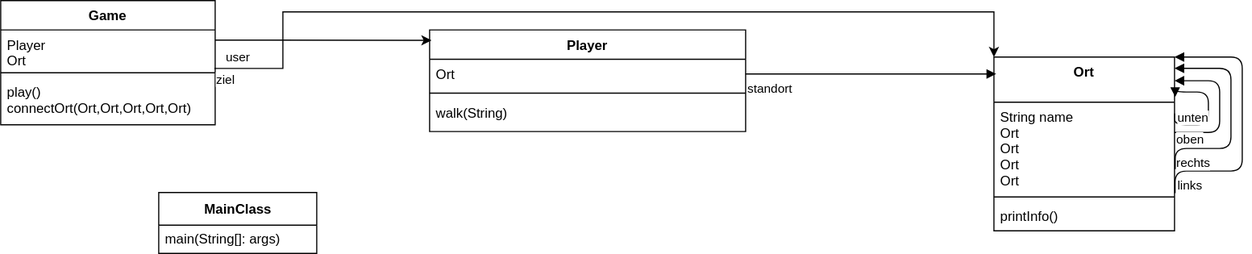
EuroBlue/adventure keeps this draw.io diagram as class_diagram.svg. Above is the earlier version. Source tidied: cells renumbered, new cells last; positions are measured from the earlier drawing's top-left corner, leaving out a move shared by most shapes.
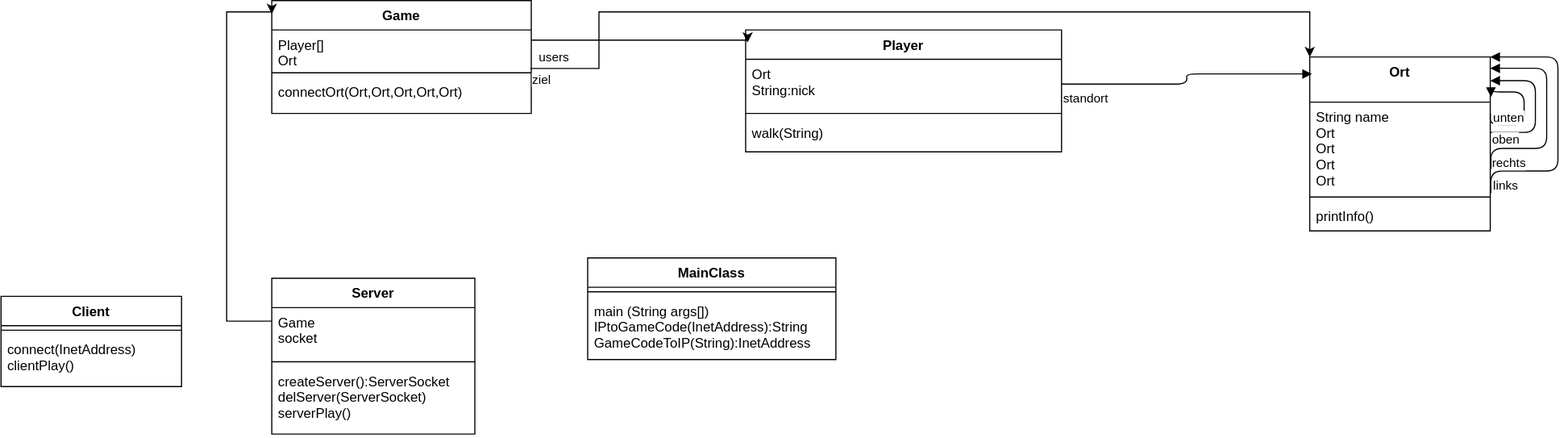
Above is the later version.

What changed in the source:
```diff
@@ -3,16 +3,16 @@
     <mxCell id="0" />
     <mxCell id="1" parent="0" />
     <mxCell id="2" value="Player" style="swimlane;fontStyle=1;align=center;verticalAlign=top;horizontal=1;startSize=26;" parent="1" vertex="1">
-      <mxGeometry x="380" y="26" width="280" height="90" as="geometry" />
+      <mxGeometry x="380" y="26" width="280" height="108" as="geometry" />
     </mxCell>
-    <mxCell id="3" value="Ort" style="text;strokeColor=none;fillColor=none;align=left;verticalAlign=top;spacingLeft=4;spacingRight=4;overflow=hidden;points=[[0,0.5],[1,0.5]];portConstraint=eastwest;" parent="2" vertex="1">
-      <mxGeometry y="26" width="280" height="26" as="geometry" />
+    <mxCell id="3" value="Ort&#10;String:nick&#10;" style="text;strokeColor=none;fillColor=none;align=left;verticalAlign=top;spacingLeft=4;spacingRight=4;overflow=hidden;points=[[0,0.5],[1,0.5]];portConstraint=eastwest;" parent="2" vertex="1">
+      <mxGeometry y="26" width="280" height="44" as="geometry" />
     </mxCell>
     <mxCell id="4" style="line;strokeWidth=1;fillColor=none;align=left;verticalAlign=middle;spacingTop=-1;spacingLeft=3;spacingRight=3;labelPosition=right;" parent="2" vertex="1">
-      <mxGeometry y="52" width="280" height="8" as="geometry" />
+      <mxGeometry y="70" width="280" height="8" as="geometry" />
     </mxCell>
     <mxCell id="5" value="walk(String)" style="text;strokeColor=none;fillColor=none;align=left;verticalAlign=top;spacingLeft=4;spacingRight=4;overflow=hidden;" parent="2" vertex="1">
-      <mxGeometry y="60" width="280" height="30" as="geometry" />
+      <mxGeometry y="78" width="280" height="30" as="geometry" />
     </mxCell>
     <mxCell id="6" value="Ort" style="swimlane;fontStyle=1;align=center;verticalAlign=top;horizontal=1;startSize=40;" parent="1" vertex="1">
       <mxGeometry x="880" y="50" width="160" height="154" as="geometry" />
@@ -70,25 +70,19 @@
         <mxPoint x="5" y="5" as="offset" />
       </mxGeometry>
     </mxCell>
-    <mxCell id="15" value="MainClass" style="swimlane;fontStyle=1;align=center;verticalAlign=middle;horizontal=1;startSize=29;html=1;fontFamily=Helvetica;strokeColor=#000000;" parent="1" vertex="1">
-      <mxGeometry x="140" y="170" width="140" height="54" as="geometry" />
-    </mxCell>
-    <mxCell id="16" value="main(String[]: args)" style="text;html=1;strokeColor=none;fillColor=none;align=left;verticalAlign=middle;spacingLeft=4;spacingRight=4;overflow=hidden;" parent="15" vertex="1">
-      <mxGeometry y="29" width="140" height="25" as="geometry" />
-    </mxCell>
     <mxCell id="17" value="Game" style="swimlane;fontStyle=1;align=center;verticalAlign=top;horizontal=1;startSize=26;" parent="1" vertex="1">
-      <mxGeometry width="190" height="110" as="geometry" />
+      <mxGeometry x="-40" width="230" height="100" as="geometry" />
     </mxCell>
-    <mxCell id="18" value="Player&#10;Ort" style="text;strokeColor=none;fillColor=none;align=left;verticalAlign=top;spacingLeft=4;spacingRight=4;overflow=hidden;points=[[0,0.5],[1,0.5]];portConstraint=eastwest;" parent="17" vertex="1">
-      <mxGeometry y="26" width="190" height="34" as="geometry" />
+    <mxCell id="18" value="Player[]&#10;Ort" style="text;strokeColor=none;fillColor=none;align=left;verticalAlign=top;spacingLeft=4;spacingRight=4;overflow=hidden;points=[[0,0.5],[1,0.5]];portConstraint=eastwest;" parent="17" vertex="1">
+      <mxGeometry y="26" width="230" height="34" as="geometry" />
     </mxCell>
     <mxCell id="19" style="line;strokeWidth=1;fillColor=none;align=left;verticalAlign=middle;spacingTop=-1;spacingLeft=3;spacingRight=3;labelPosition=right;" parent="17" vertex="1">
-      <mxGeometry y="60" width="190" height="8" as="geometry" />
+      <mxGeometry y="60" width="230" height="8" as="geometry" />
     </mxCell>
-    <mxCell id="20" value="play()&#10;connectOrt(Ort,Ort,Ort,Ort,Ort)" style="text;strokeColor=none;fillColor=none;align=left;verticalAlign=top;spacingLeft=4;spacingRight=4;overflow=hidden;" parent="17" vertex="1">
-      <mxGeometry y="68" width="190" height="42" as="geometry" />
+    <mxCell id="20" value="connectOrt(Ort,Ort,Ort,Ort,Ort)" style="text;strokeColor=none;fillColor=none;align=left;verticalAlign=top;spacingLeft=4;spacingRight=4;overflow=hidden;" parent="17" vertex="1">
+      <mxGeometry y="68" width="230" height="32" as="geometry" />
     </mxCell>
-    <mxCell id="21" value="user" style="edgeStyle=orthogonalEdgeStyle;rounded=0;jettySize=auto;html=1;entryX=0.006;entryY=0.103;entryDx=0;entryDy=0;entryPerimeter=0;" parent="1" edge="1" source="18" target="2">
+    <mxCell id="21" value="&lt;div&gt;users&lt;/div&gt;" style="edgeStyle=orthogonalEdgeStyle;rounded=0;jettySize=auto;html=1;entryX=0.006;entryY=0.103;entryDx=0;entryDy=0;entryPerimeter=0;" parent="1" edge="1" source="18" target="2">
       <mxGeometry x="-0.79" y="-15" relative="1" as="geometry">
         <Array as="points">
           <mxPoint x="240" y="35" />
@@ -105,5 +99,44 @@
         </Array>
       </mxGeometry>
     </mxCell>
+    <mxCell id="15" value="MainClass" style="swimlane;fontStyle=1;align=center;verticalAlign=top;horizontal=1;startSize=26;" parent="1" vertex="1">
+      <mxGeometry x="240" y="228" width="220" height="90" as="geometry" />
+    </mxCell>
+    <mxCell id="23" style="line;strokeWidth=1;fillColor=none;align=left;verticalAlign=middle;spacingTop=-1;spacingLeft=3;spacingRight=3;labelPosition=right;" parent="15" vertex="1">
+      <mxGeometry y="26" width="220" height="8" as="geometry" />
+    </mxCell>
+    <mxCell id="24" value="main (String args[])&#10;IPtoGameCode(InetAddress):String&#10;GameCodeToIP(String):InetAddress" style="text;strokeColor=none;fillColor=none;align=left;verticalAlign=top;spacingLeft=4;spacingRight=4;overflow=hidden;" parent="15" vertex="1">
+      <mxGeometry y="34" width="220" height="56" as="geometry" />
+    </mxCell>
+    <mxCell id="25" value="Server" style="swimlane;fontStyle=1;align=center;verticalAlign=top;horizontal=1;startSize=26;" parent="1" vertex="1">
+      <mxGeometry x="-40" y="246" width="180" height="138" as="geometry" />
+    </mxCell>
+    <mxCell id="26" value="Game&#10;socket&#10;" style="text;strokeColor=none;fillColor=none;align=left;verticalAlign=top;spacingLeft=4;spacingRight=4;overflow=hidden;points=[[0,0.5],[1,0.5]];portConstraint=eastwest;" parent="25" vertex="1">
+      <mxGeometry y="26" width="180" height="44" as="geometry" />
+    </mxCell>
+    <mxCell id="27" style="line;strokeWidth=1;fillColor=none;align=left;verticalAlign=middle;spacingTop=-1;spacingLeft=3;spacingRight=3;labelPosition=right;" parent="25" vertex="1">
+      <mxGeometry y="70" width="180" height="8" as="geometry" />
+    </mxCell>
+    <mxCell id="28" value="createServer():ServerSocket&#10;delServer(ServerSocket)&#10;serverPlay()&#10;" style="text;strokeColor=none;fillColor=none;align=left;verticalAlign=top;spacingLeft=4;spacingRight=4;overflow=hidden;" parent="25" vertex="1">
+      <mxGeometry y="78" width="180" height="60" as="geometry" />
+    </mxCell>
+    <mxCell id="29" style="edgeStyle=orthogonalEdgeStyle;rounded=0;jettySize=auto;html=1;entryX=0;entryY=0.118;entryDx=0;entryDy=0;entryPerimeter=0;" parent="1" edge="1" source="26" target="17">
+      <mxGeometry relative="1" as="geometry">
+        <Array as="points">
+          <mxPoint x="-80" y="284" />
+          <mxPoint x="-80" y="10" />
+          <mxPoint x="-40" y="10" />
+        </Array>
+      </mxGeometry>
+    </mxCell>
+    <mxCell id="30" value="Client" style="swimlane;fontStyle=1;align=center;verticalAlign=top;horizontal=1;startSize=26;" parent="1" vertex="1">
+      <mxGeometry x="-280" y="262" width="160" height="80" as="geometry" />
+    </mxCell>
+    <mxCell id="31" style="line;strokeWidth=1;fillColor=none;align=left;verticalAlign=middle;spacingTop=-1;spacingLeft=3;spacingRight=3;labelPosition=right;" parent="30" vertex="1">
+      <mxGeometry y="26" width="160" height="8" as="geometry" />
+    </mxCell>
+    <mxCell id="32" value="connect(InetAddress)&#10;clientPlay()&#10;" style="text;strokeColor=none;fillColor=none;align=left;verticalAlign=top;spacingLeft=4;spacingRight=4;overflow=hidden;" parent="30" vertex="1">
+      <mxGeometry y="34" width="160" height="46" as="geometry" />
+    </mxCell>
   </root>
 </mxGraphModel>
```
